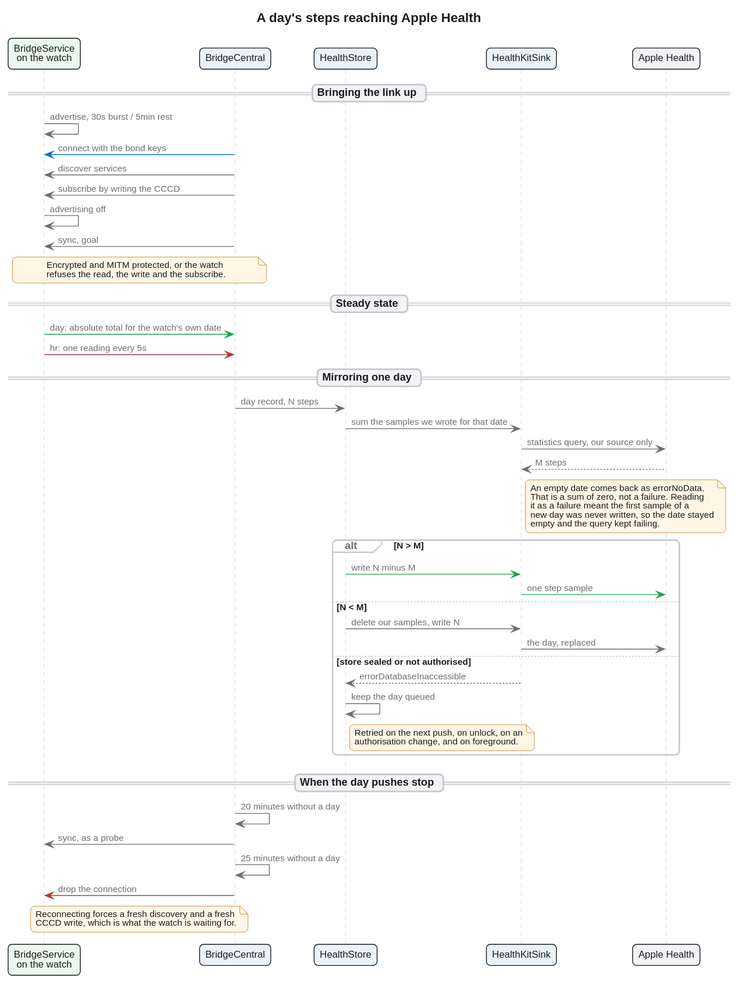
Above: docs/sequence.svg in drmhse/dream-fit (PlantUML), before the change.
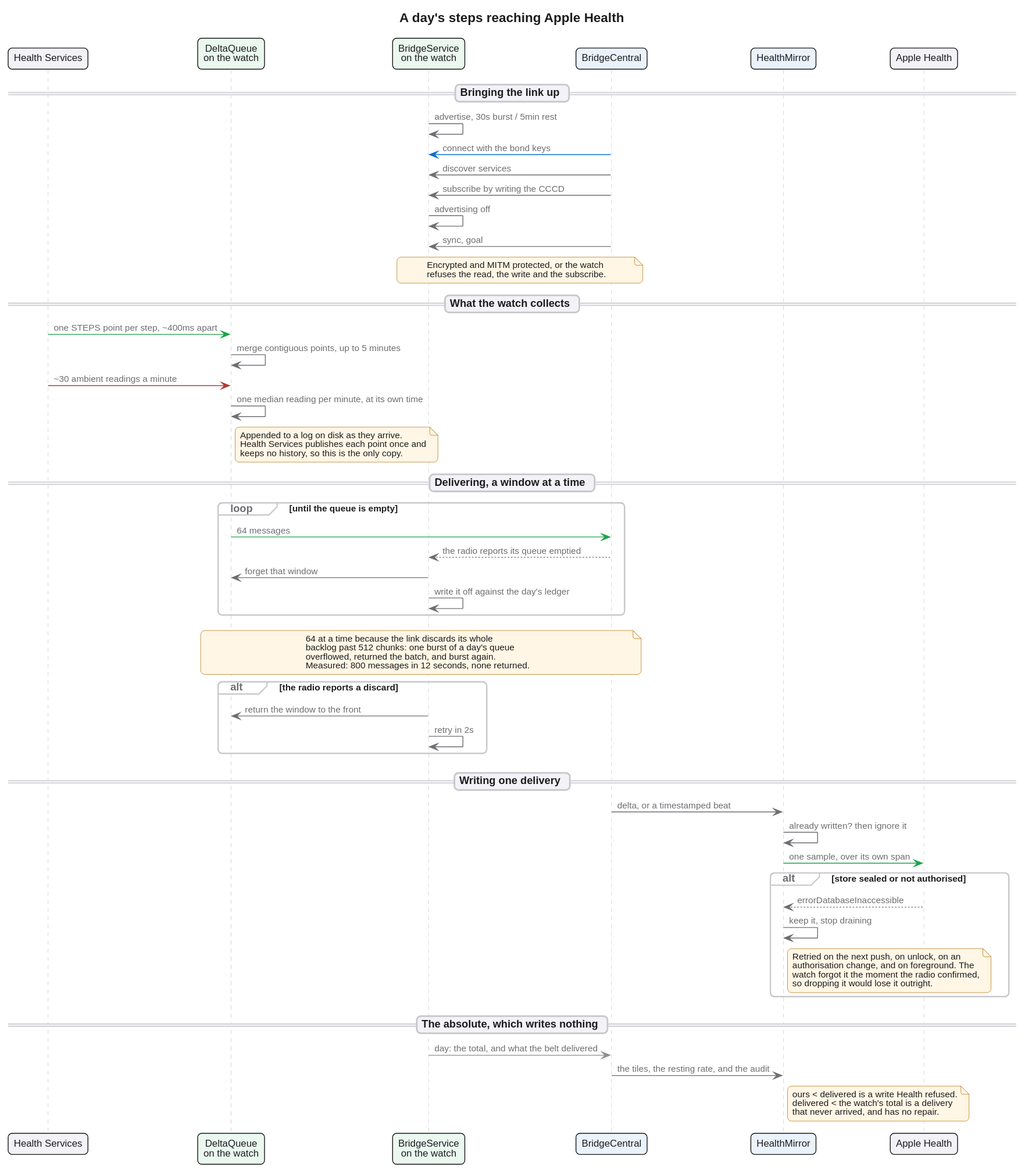
After the commit.

Commit message:
Document the single writer, the belt and the boot path

Diff of the diagram source:
```diff
@@ -2,10 +2,11 @@
 !include style.puml
 title A day's steps reaching Apple Health
 
+participant "Health Services" as HS #F2F2F7
+participant "DeltaQueue\non the watch" as DQ #EAF8EF
 participant "BridgeService\non the watch" as SVC #EAF8EF
 participant "BridgeCentral" as BC #EAF2FC
-participant "HealthStore" as STORE #EAF2FC
-participant "HealthKitSink" as SINK #EAF2FC
+participant "HealthMirror" as STORE #EAF2FC
 participant "Apple Health" as HK #F2F2F7
 
 == Bringing the link up ==
@@ -21,48 +22,62 @@
   refuses the read, the write and the subscribe.
 end note
 
-== Steady state ==
+== What the watch collects ==
 
-SVC -[#1DA34A]> BC : day: absolute total for the watch's own date
-SVC -[#B23A34]> BC : hr: one reading every 5s
-
-== Mirroring one day ==
-
-BC -> STORE : day record, N steps
-STORE -> SINK : sum the samples we wrote for that date
-SINK -> HK : statistics query, our source only
-HK --> SINK : M steps
-note right of SINK
-  An empty date comes back as errorNoData.
-  That is a sum of zero, not a failure. Reading
-  it as a failure meant the first sample of a
-  new day was never written, so the date stayed
-  empty and the query kept failing.
+HS -[#1DA34A]> DQ : one STEPS point per step, ~400ms apart
+DQ -> DQ : merge contiguous points, up to 5 minutes
+HS -[#B23A34]> DQ : ~30 ambient readings a minute
+DQ -> DQ : one median reading per minute, at its own time
+note right of DQ
+  Appended to a log on disk as they arrive.
+  Health Services publishes each point once and
+  keeps no history, so this is the only copy.
 end note
 
-alt N > M
-  STORE -[#1DA34A]> SINK : write N minus M
-  SINK -[#1DA34A]> HK : one step sample
-else N < M
-  STORE -> SINK : delete our samples, write N
-  SINK -> HK : the day, replaced
-else store sealed or not authorised
-  SINK --> STORE : errorDatabaseInaccessible
-  STORE -> STORE : keep the day queued
+== Delivering, a window at a time ==
+
+loop until the queue is empty
+  DQ -[#1DA34A]> BC : 64 messages
+  BC --> SVC : the radio reports its queue emptied
+  SVC -> DQ : forget that window
+  SVC -> SVC : write it off against the day's ledger
+end
+note over DQ, BC
+  64 at a time because the link discards its whole
+  backlog past 512 chunks: one burst of a day's queue
+  overflowed, returned the batch, and burst again.
+  Measured: 800 messages in 12 seconds, none returned.
+end note
+
+alt the radio reports a discard
+  SVC -> DQ : return the window to the front
+  SVC -> SVC : retry in 2s
+end
+
+== Writing one delivery ==
+
+BC -> STORE : delta, or a timestamped beat
+STORE -> STORE : already written? then ignore it
+STORE -[#1DA34A]> HK : one sample, over its own span
+
+alt store sealed or not authorised
+  HK --> STORE : errorDatabaseInaccessible
+  STORE -> STORE : keep it, stop draining
   note right of STORE
     Retried on the next push, on unlock, on an
-    authorisation change, and on foreground.
+    authorisation change, and on foreground. The
+    watch forgot it the moment the radio confirmed,
+    so dropping it would lose it outright.
   end note
 end
 
-== When the day pushes stop ==
+== The absolute, which writes nothing ==
 
-BC -> BC : 20 minutes without a day
-BC -> SVC : sync, as a probe
-BC -> BC : 25 minutes without a day
-BC -[#B23A34]> SVC : drop the connection
-note over BC, SVC
-  Reconnecting forces a fresh discovery and a fresh
-  CCCD write, which is what the watch is waiting for.
+SVC -[#8E8E93]> BC : day: the total, and what the belt delivered
+BC -> STORE : the tiles, the resting rate, and the audit
+note right of STORE
+  ours < delivered is a write Health refused.
+  delivered < the watch's total is a delivery
+  that never arrived, and has no repair.
 end note
 @enduml
```
